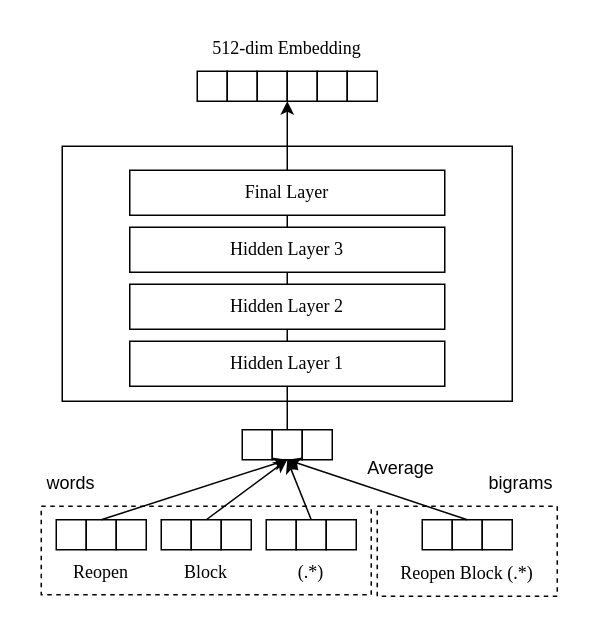
Above: 3.2.3-2.drawio in Gleiphir2769/my-draw (draw.io), before the change. Source tidied: cells renumbered, new cells numbered last; positions are measured from the earlier drawing's top-left corner, leaving out a move shared by most shapes. Both pictures are drawn from the tidied source at 150%, with x=0, y=0 at pixel (26, 26).
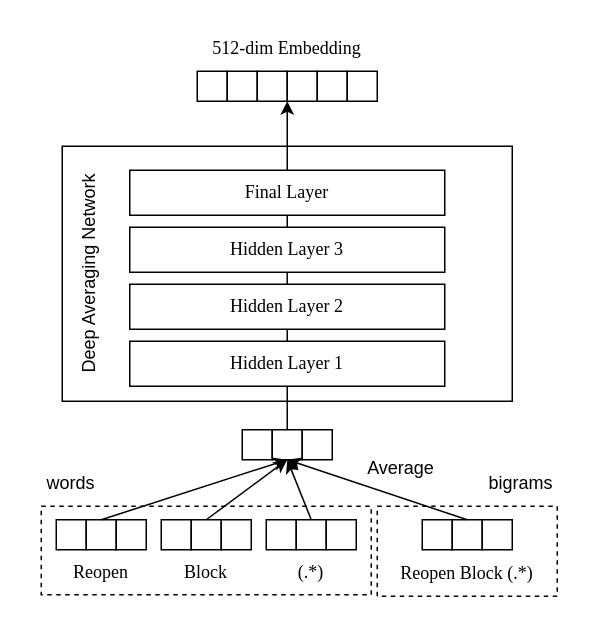
The same diagram, later.

Change to the diagram source:
```diff
@@
+    <mxCell id="50" value="Deep Averaging Network" style="text;html=1;strokeColor=none;fillColor=none;align=center;verticalAlign=middle;whiteSpace=wrap;rounded=0;horizontal=0;" parent="1" vertex="1">
+      <mxGeometry x="12" y="80" width="60" height="170" as="geometry" />
+    </mxCell>
```
